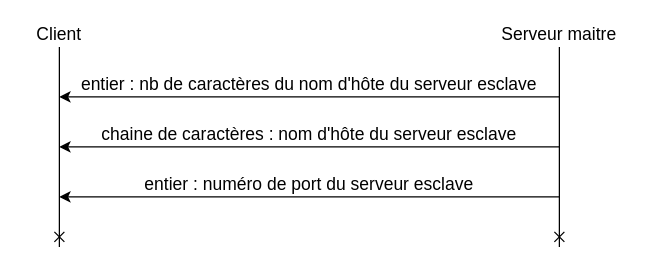
Before: protocolEtape3.drawio in Yalkann/ProjetFTP, a draw.io diagram. Source tidied: cells renumbered, new cells numbered last; positions are measured from the earlier drawing's top-left corner, leaving out a move shared by most shapes. Both pictures are drawn from the tidied source at 125%, with x=0, y=0 at pixel (21, 21).
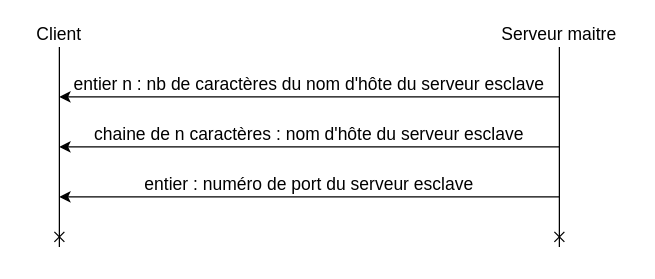
Above is the later version.

Change to the diagram source:
```diff
@@
 <mxGraphModel>
   <root>
     <mxCell id="0" />
     <mxCell id="1" parent="0" />
     <mxCell id="2" style="endArrow=none;html=1;rounded=0;startArrow=cross;startFill=0;endFill=0;" parent="1" edge="1">
       <mxGeometry relative="1" as="geometry">
         <mxPoint x="30" y="180" as="sourcePoint" />
         <mxPoint x="30" y="20" as="targetPoint" />
       </mxGeometry>
     </mxCell>
     <mxCell id="3" style="endArrow=none;html=1;rounded=0;endFill=0;startArrow=cross;startFill=0;" parent="1" edge="1">
       <mxGeometry relative="1" as="geometry">
         <mxPoint x="430" y="180" as="sourcePoint" />
         <mxPoint x="430" y="20" as="targetPoint" />
       </mxGeometry>
     </mxCell>
     <mxCell id="4" value="&lt;font style=&quot;font-size: 14px&quot;&gt;Client&lt;/font&gt;" style="text;html=1;strokeColor=none;fillColor=none;align=center;verticalAlign=middle;whiteSpace=wrap;rounded=0;" parent="1" vertex="1">
       <mxGeometry width="60" height="20" as="geometry" />
     </mxCell>
     <mxCell id="5" value="&lt;font style=&quot;font-size: 14px&quot;&gt;Serveur maitre&lt;br&gt;&lt;/font&gt;" style="text;html=1;strokeColor=none;fillColor=none;align=center;verticalAlign=middle;whiteSpace=wrap;rounded=0;" parent="1" vertex="1">
       <mxGeometry x="370" width="120" height="20" as="geometry" />
     </mxCell>
     <mxCell id="6" style="endArrow=none;html=1;rounded=0;fontSize=14;startArrow=classic;startFill=1;endFill=0;" parent="1" edge="1">
       <mxGeometry relative="1" as="geometry">
         <mxPoint x="30" y="60" as="sourcePoint" />
         <mxPoint x="430" y="60" as="targetPoint" />
       </mxGeometry>
     </mxCell>
-    <mxCell id="7" value="entier : nb de caractères du nom d'hôte du serveur esclave" style="text;html=1;strokeColor=none;fillColor=none;align=center;verticalAlign=middle;whiteSpace=wrap;rounded=0;fontSize=14;" parent="1" vertex="1">
+    <mxCell id="7" value="entier n : nb de caractères du nom d'hôte du serveur esclave" style="text;html=1;strokeColor=none;fillColor=none;align=center;verticalAlign=middle;whiteSpace=wrap;rounded=0;fontSize=14;" parent="1" vertex="1">
       <mxGeometry x="30" y="40" width="400" height="20" as="geometry" />
     </mxCell>
     <mxCell id="8" style="endArrow=classic;html=1;rounded=0;fontSize=14;" parent="1" edge="1">
       <mxGeometry relative="1" as="geometry">
         <mxPoint x="430" y="100" as="sourcePoint" />
         <mxPoint x="30" y="100" as="targetPoint" />
       </mxGeometry>
     </mxCell>
-    <mxCell id="9" value="chaine de caractères : nom d'hôte du serveur esclave" style="text;html=1;strokeColor=none;fillColor=none;align=center;verticalAlign=middle;whiteSpace=wrap;rounded=0;fontSize=14;" parent="1" vertex="1">
+    <mxCell id="9" value="chaine de n caractères : nom d'hôte du serveur esclave" style="text;html=1;strokeColor=none;fillColor=none;align=center;verticalAlign=middle;whiteSpace=wrap;rounded=0;fontSize=14;" parent="1" vertex="1">
       <mxGeometry x="30" y="80" width="400" height="20" as="geometry" />
     </mxCell>
     <mxCell id="10" style="endArrow=classic;html=1;rounded=0;fontSize=14;" parent="1" edge="1">
       <mxGeometry relative="1" as="geometry">
         <mxPoint x="430" y="140" as="sourcePoint" />
         <mxPoint x="30" y="140" as="targetPoint" />
       </mxGeometry>
     </mxCell>
     <mxCell id="11" value="entier : numéro de port du serveur esclave" style="text;html=1;strokeColor=none;fillColor=none;align=center;verticalAlign=middle;whiteSpace=wrap;rounded=0;fontSize=14;" parent="1" vertex="1">
       <mxGeometry x="30" y="120" width="400" height="20" as="geometry" />
     </mxCell>
   </root>
 </mxGraphModel>
```
